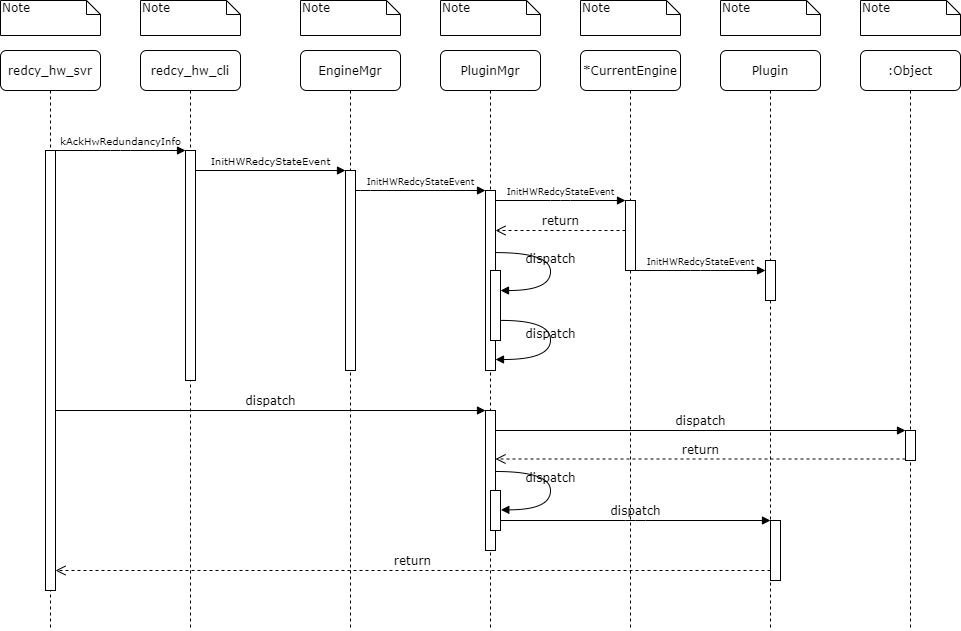
This is UML/StartRedundancy.png from Steve888888/FN-Redundancy, a draw.io export, as it was before one commit. Source tidied: cells renumbered, new cells last; positions are measured from the earlier drawing's top-left corner, leaving out a move shared by most shapes.
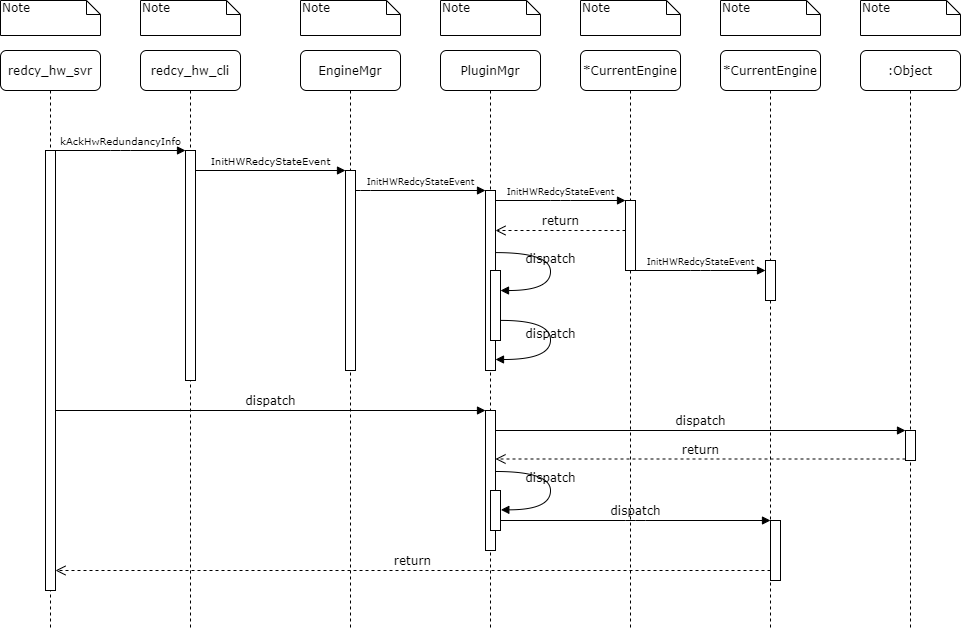
After the change.

The edit, as a diff of the source:
```diff
@@ -20,7 +20,7 @@
     <mxCell id="7" value="*CurrentEngine" style="shape=umlLifeline;perimeter=lifelinePerimeter;whiteSpace=wrap;html=1;rounded=1;shadow=0;comic=0;labelBackgroundColor=none;strokeWidth=1;fontFamily=Verdana;fontSize=12;align=center;" parent="1" vertex="1">
       <mxGeometry x="580" y="50" width="100" height="580" as="geometry" />
     </mxCell>
-    <mxCell id="8" value="Plugin" style="shape=umlLifeline;perimeter=lifelinePerimeter;whiteSpace=wrap;html=1;rounded=1;shadow=0;comic=0;labelBackgroundColor=none;strokeWidth=1;fontFamily=Verdana;fontSize=12;align=center;" parent="1" vertex="1">
+    <mxCell id="8" value="*CurrentEngine" style="shape=umlLifeline;perimeter=lifelinePerimeter;whiteSpace=wrap;html=1;rounded=1;shadow=0;comic=0;labelBackgroundColor=none;strokeWidth=1;fontFamily=Verdana;fontSize=12;align=center;" parent="1" vertex="1">
       <mxGeometry x="720" y="50" width="100" height="580" as="geometry" />
     </mxCell>
     <mxCell id="9" style="html=1;perimeter=orthogonalPerimeter;rounded=0;shadow=0;comic=0;labelBackgroundColor=none;strokeWidth=1;fontFamily=Verdana;fontSize=12;align=center;" parent="8" vertex="1">
```
